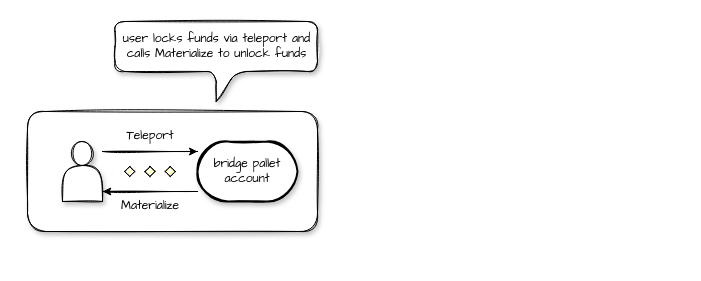
0xrjman/resources keeps this draw.io diagram as drawio/bridge_scene_1_source_para.drawio. Above is the earlier version. Source tidied: cells renumbered, new cells numbered last; positions are measured from the earlier drawing's top-left corner, leaving out a move shared by most shapes. Both pictures are drawn from the tidied source at 100%, with x=0, y=0 at pixel (27, 21).
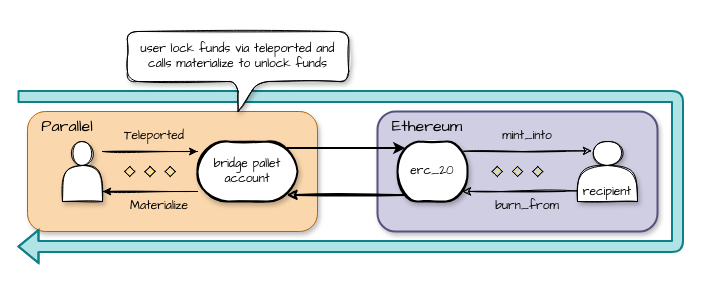
The same page after the edit.

Unchanged cells that the change refers to:
```xml
<mxCell id="3" value="&lt;span&gt;bridge pallet account&lt;/span&gt;" style="strokeWidth=2;html=1;shape=mxgraph.flowchart.terminator;whiteSpace=wrap;fontFamily=Comic Sans MS;sketch=1;shadow=1;" parent="1" vertex="1">
  <mxGeometry x="170" y="120" width="100" height="60" as="geometry" />
</mxCell>
```

Change to the diagram source:
```diff
@@
-    <mxCell id="2" style="rounded=1;whiteSpace=wrap;html=1;fontFamily=Comic Sans MS;sketch=1;shadow=1;" parent="1" vertex="1">
+    <mxCell id="2" style="rounded=1;whiteSpace=wrap;html=1;fontFamily=Comic Sans MS;sketch=0;shadow=1;fillColor=#fad7ac;strokeColor=#b46504;" parent="1" vertex="1">
       <mxGeometry y="90" width="290" height="120" as="geometry" />
     </mxCell>
@@
-    <mxCell id="8" value="Teleport" style="text;html=1;strokeColor=none;fillColor=none;align=center;verticalAlign=middle;whiteSpace=wrap;rounded=0;fontFamily=Comic Sans MS;sketch=1;shadow=1;" parent="1" vertex="1">
-      <mxGeometry x="92.5" y="100" width="60" height="30" as="geometry" />
+    <mxCell id="8" value="Teleported" style="text;html=1;strokeColor=none;fillColor=none;align=center;verticalAlign=middle;whiteSpace=wrap;rounded=0;fontFamily=Comic Sans MS;sketch=1;shadow=1;" parent="1" vertex="1">
+      <mxGeometry x="92.5" y="100" width="67.5" height="30" as="geometry" />
     </mxCell>
     <mxCell id="9" value="Materialize" style="text;html=1;strokeColor=none;fillColor=none;align=center;verticalAlign=middle;whiteSpace=wrap;rounded=0;fontFamily=Comic Sans MS;sketch=1;shadow=1;glass=0;" parent="1" vertex="1">
-      <mxGeometry x="92.5" y="170" width="60" height="30" as="geometry" />
+      <mxGeometry x="92.5" y="170" width="77.5" height="30" as="geometry" />
     </mxCell>
+    <mxCell id="11" style="whiteSpace=wrap;html=1;fontFamily=Comic Sans MS;strokeWidth=2;sketch=0;shadow=1;fillColor=#d0cee2;strokeColor=#56517e;rounded=1;glass=0;" parent="1" vertex="1">
+      <mxGeometry x="350" y="90" width="280" height="120" as="geometry" />
+    </mxCell>
+    <mxCell id="12" style="edgeStyle=orthogonalEdgeStyle;rounded=0;jettySize=auto;html=1;exitX=-0.007;exitY=0.823;exitDx=0;exitDy=0;entryX=0.925;entryY=0.833;entryDx=0;entryDy=0;entryPerimeter=0;fontFamily=Comic Sans MS;exitPerimeter=0;sketch=1;" parent="1" edge="1" source="13" target="16">
+      <mxGeometry relative="1" as="geometry">
+        <Array as="points">
+          <mxPoint x="495" y="169" />
+          <mxPoint x="435" y="170" />
+        </Array>
+      </mxGeometry>
+    </mxCell>
+    <mxCell id="13" value="recipient" style="shape=actor;whiteSpace=wrap;html=1;fontFamily=Comic Sans MS;sketch=1;shadow=1;verticalAlign=bottom;" parent="1" vertex="1">
+      <mxGeometry x="550" y="120" width="60" height="60" as="geometry" />
+    </mxCell>
+    <mxCell id="14" style="edgeStyle=orthogonalEdgeStyle;rounded=0;jettySize=auto;html=1;exitX=0.897;exitY=0.167;exitDx=0;exitDy=0;exitPerimeter=0;entryX=0.235;entryY=0.156;entryDx=0;entryDy=0;entryPerimeter=0;fontFamily=Comic Sans MS;sketch=1;" parent="1" edge="1" source="16" target="13">
+      <mxGeometry relative="1" as="geometry" />
+    </mxCell>
+    <mxCell id="15" style="edgeStyle=orthogonalEdgeStyle;rounded=1;sketch=1;jettySize=auto;html=1;exitX=0.11;exitY=0.89;exitDx=0;exitDy=0;exitPerimeter=0;entryX=0.89;entryY=0.89;entryDx=0;entryDy=0;entryPerimeter=0;fontFamily=Comic Sans MS;strokeWidth=2;" parent="1" edge="1" source="16" target="3">
+      <mxGeometry relative="1" as="geometry" />
+    </mxCell>
+    <mxCell id="16" value="erc_20" style="strokeWidth=2;html=1;shape=mxgraph.flowchart.terminator;whiteSpace=wrap;fontFamily=Comic Sans MS;sketch=1;shadow=1;" parent="1" vertex="1">
+      <mxGeometry x="370" y="120" width="70" height="60" as="geometry" />
+    </mxCell>
+    <mxCell id="17" style="verticalLabelPosition=bottom;verticalAlign=top;html=1;shape=mxgraph.flowchart.parallel_mode;rotation=0;fontFamily=Comic Sans MS;sketch=1;shadow=0;" parent="1" vertex="1">
+      <mxGeometry x="442.5" y="130" width="95" height="40" as="geometry" />
+    </mxCell>
+    <mxCell id="18" value="mint_into" style="text;html=1;strokeColor=none;fillColor=none;align=center;verticalAlign=middle;whiteSpace=wrap;rounded=0;fontFamily=Comic Sans MS;sketch=1;shadow=1;" parent="1" vertex="1">
+      <mxGeometry x="470" y="100" width="60" height="30" as="geometry" />
+    </mxCell>
+    <mxCell id="19" value="burn_from" style="text;html=1;strokeColor=none;fillColor=none;align=center;verticalAlign=middle;whiteSpace=wrap;rounded=0;fontFamily=Comic Sans MS;sketch=1;shadow=1;" parent="1" vertex="1">
+      <mxGeometry x="470" y="170" width="60" height="30" as="geometry" />
+    </mxCell>
+    <mxCell id="20" style="edgeStyle=orthogonalEdgeStyle;rounded=1;jettySize=auto;html=1;fontFamily=Comic Sans MS;exitX=0.89;exitY=0.11;exitDx=0;exitDy=0;exitPerimeter=0;entryX=0.11;entryY=0.11;entryDx=0;entryDy=0;entryPerimeter=0;strokeWidth=2;" parent="1" edge="1" source="3" target="16">
+      <mxGeometry relative="1" as="geometry" />
+    </mxCell>
+    <mxCell id="21" style="endArrow=classic;html=1;rounded=1;sketch=0;edgeStyle=elbowEdgeStyle;strokeWidth=2;shape=flexArrow;fillColor=#b0e3e6;strokeColor=#0e8088;" parent="1" edge="1">
+      <mxGeometry relative="1" as="geometry">
+        <mxPoint x="-10" y="75" as="sourcePoint" />
+        <mxPoint x="-10" y="225" as="targetPoint" />
+        <Array as="points">
+          <mxPoint x="650" y="235" />
+        </Array>
+      </mxGeometry>
+    </mxCell>
-    <mxCell id="10" value="user locks funds via teleport and calls Materialize to unlock funds" style="shape=callout;whiteSpace=wrap;html=1;perimeter=calloutPerimeter;fontFamily=Comic Sans MS;sketch=1;rounded=1;shadow=1;" parent="1" vertex="1">
-      <mxGeometry x="87.5" width="202.5" height="80" as="geometry" />
+    <mxCell id="10" value="user lock funds via teleported and calls materialize to unlock funds" style="shape=callout;whiteSpace=wrap;html=1;perimeter=calloutPerimeter;fontFamily=Comic Sans MS;sketch=1;rounded=1;shadow=1;" parent="1" vertex="1">
+      <mxGeometry x="100" y="10" width="221.2" height="80" as="geometry" />
     </mxCell>
+    <mxCell id="22" value="Parallel" style="text;html=1;strokeColor=none;fillColor=none;align=center;verticalAlign=middle;whiteSpace=wrap;rounded=0;glass=1;sketch=0;fontSize=16;fontFamily=Comic Sans MS;" parent="1" vertex="1">
+      <mxGeometry x="10" y="90" width="60" height="30" as="geometry" />
+    </mxCell>
+    <mxCell id="23" value="Ethereum" style="text;html=1;strokeColor=none;fillColor=none;align=center;verticalAlign=middle;whiteSpace=wrap;rounded=0;glass=1;sketch=0;fontSize=16;fontFamily=Comic Sans MS;" parent="1" vertex="1">
+      <mxGeometry x="370" y="90" width="60" height="30" as="geometry" />
+    </mxCell>
```
